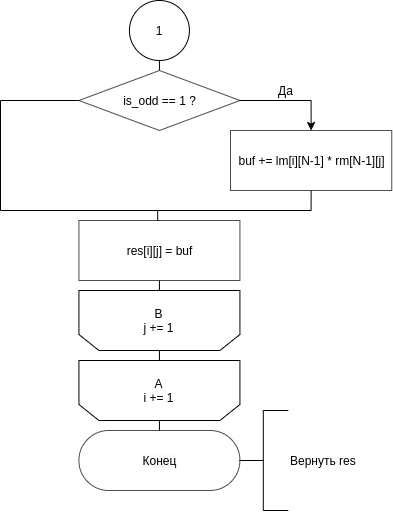
Before: lab_02/docs/schemes/win-imp-bottom.png, a diagram exported from draw.io (ivaaahn/bmstu-aa). Source tidied: cells renumbered, new cells last; positions are measured from the earlier drawing's top-left corner, leaving out a move shared by most shapes. Source of this version:
```xml
<mxGraphModel>
  <root>
    <mxCell id="0" />
    <mxCell id="1" parent="0" />
    <mxCell id="2" value="Вернуть res" style="strokeWidth=1;html=1;shape=mxgraph.flowchart.annotation_2;align=left;labelPosition=right;" parent="1" vertex="1">
      <mxGeometry x="237.8" y="410" width="50" height="100" as="geometry" />
    </mxCell>
    <mxCell id="3" style="edgeStyle=orthogonalEdgeStyle;rounded=0;jettySize=auto;html=1;exitX=0.5;exitY=0;exitDx=0;exitDy=0;entryX=0.5;entryY=0.5;entryDx=0;entryDy=-30;entryPerimeter=0;endArrow=none;endFill=0;" parent="1" edge="1" source="4" target="12">
      <mxGeometry relative="1" as="geometry" />
    </mxCell>
    <mxCell id="4" value="A&lt;br&gt;i += 1" style="shape=loopLimit;whiteSpace=wrap;html=1;direction=west;" parent="1" vertex="1">
      <mxGeometry x="78.4" y="360" width="161" height="60" as="geometry" />
    </mxCell>
    <mxCell id="5" style="edgeStyle=orthogonalEdgeStyle;rounded=0;jettySize=auto;html=1;exitX=0.5;exitY=0;exitDx=0;exitDy=0;entryX=0.5;entryY=1;entryDx=0;entryDy=0;endArrow=none;endFill=0;" parent="1" edge="1" source="6" target="4">
      <mxGeometry relative="1" as="geometry" />
    </mxCell>
    <mxCell id="6" value="B&lt;br&gt;j += 1" style="shape=loopLimit;whiteSpace=wrap;html=1;direction=west;" parent="1" vertex="1">
      <mxGeometry x="78.4" y="290" width="161" height="60" as="geometry" />
    </mxCell>
    <mxCell id="7" style="edgeStyle=orthogonalEdgeStyle;rounded=0;jettySize=auto;html=1;exitX=1;exitY=0.5;exitDx=0;exitDy=0;entryX=0.5;entryY=0;entryDx=0;entryDy=0;endArrow=classic;endFill=1;" parent="1" edge="1" source="11" target="9">
      <mxGeometry relative="1" as="geometry" />
    </mxCell>
    <mxCell id="8" style="edgeStyle=orthogonalEdgeStyle;rounded=0;jettySize=auto;html=1;exitX=0;exitY=0.5;exitDx=0;exitDy=0;endArrow=none;endFill=0;entryX=0.5;entryY=1;entryDx=0;entryDy=0;" parent="1" edge="1" source="11" target="9">
      <mxGeometry relative="1" as="geometry">
        <Array as="points">
          <mxPoint y="100" />
          <mxPoint y="210" />
          <mxPoint x="311" y="210" />
        </Array>
      </mxGeometry>
    </mxCell>
    <mxCell id="9" value="&lt;div&gt;&lt;div&gt;buf += &lt;span&gt;lm[i][N-1]&amp;nbsp;&lt;/span&gt;&lt;span&gt;* rm[N-1][j]&lt;/span&gt;&lt;/div&gt;&lt;/div&gt;" style="html=1;dashed=0;whitespace=wrap;sketch=0;strokeWidth=1;fillColor=#ffffff;gradientColor=none;opacity=70;" parent="1" vertex="1">
      <mxGeometry x="230" y="130" width="161.2" height="60" as="geometry" />
    </mxCell>
    <mxCell id="10" style="edgeStyle=orthogonalEdgeStyle;rounded=0;jettySize=auto;html=1;exitX=0.5;exitY=0;exitDx=0;exitDy=0;entryX=0.5;entryY=1;entryDx=0;entryDy=0;endArrow=none;endFill=0;" parent="1" edge="1" source="11" target="17">
      <mxGeometry relative="1" as="geometry" />
    </mxCell>
    <mxCell id="11" value="is_odd == 1 ?" style="shape=rhombus;html=1;dashed=0;whitespace=wrap;perimeter=rhombusPerimeter;sketch=0;strokeWidth=1;fillColor=#ffffff;gradientColor=none;opacity=70;" parent="1" vertex="1">
      <mxGeometry x="78.4" y="70" width="161" height="60" as="geometry" />
    </mxCell>
    <mxCell id="12" value="&lt;span style=&quot;color: rgb(0, 0, 0); font-family: helvetica; font-size: 12px; font-style: normal; font-weight: 400; letter-spacing: normal; text-align: center; text-indent: 0px; text-transform: none; word-spacing: 0px; background-color: rgb(248, 249, 250); display: inline; float: none;&quot;&gt;Конец&lt;/span&gt;" style="html=1;dashed=0;whitespace=wrap;shape=mxgraph.dfd.start;sketch=0;strokeWidth=1;fillColor=#ffffff;gradientColor=none;opacity=70;" parent="1" vertex="1">
      <mxGeometry x="78.4" y="430" width="161" height="60" as="geometry" />
    </mxCell>
    <mxCell id="13" style="edgeStyle=orthogonalEdgeStyle;rounded=0;jettySize=auto;html=1;exitX=0.5;exitY=0;exitDx=0;exitDy=0;endArrow=none;endFill=0;" parent="1" edge="1" source="15">
      <mxGeometry relative="1" as="geometry">
        <mxPoint x="157.2" y="210" as="targetPoint" />
      </mxGeometry>
    </mxCell>
    <mxCell id="14" style="edgeStyle=orthogonalEdgeStyle;rounded=0;jettySize=auto;html=1;exitX=0.5;exitY=1;exitDx=0;exitDy=0;entryX=0.5;entryY=1;entryDx=0;entryDy=0;endArrow=none;endFill=0;" parent="1" edge="1" source="15" target="6">
      <mxGeometry relative="1" as="geometry" />
    </mxCell>
    <mxCell id="15" value="&lt;div&gt;&lt;div&gt;res[i][j] = buf&lt;/div&gt;&lt;/div&gt;" style="html=1;dashed=0;whitespace=wrap;sketch=0;strokeWidth=1;fillColor=#ffffff;gradientColor=none;opacity=70;" parent="1" vertex="1">
      <mxGeometry x="78.4" y="220" width="161" height="60" as="geometry" />
    </mxCell>
    <mxCell id="16" value="Да" style="text;html=1;align=center;verticalAlign=middle;strokeColor=none;fillColor=none;" parent="1" vertex="1">
      <mxGeometry x="270" y="80" width="30" height="20" as="geometry" />
    </mxCell>
    <mxCell id="17" value="1" style="ellipse;whiteSpace=wrap;html=1;strokeWidth=1;" parent="1" vertex="1">
      <mxGeometry x="128.9" width="60" height="60" as="geometry" />
    </mxCell>
  </root>
</mxGraphModel>
```
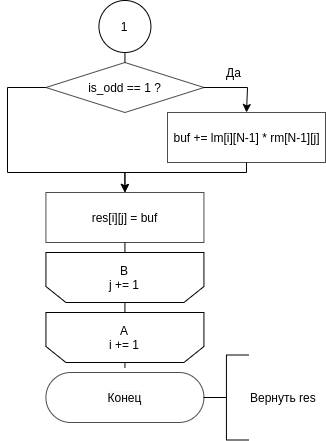
Above is the later version.

What changed in the source:
```diff
@@ -3,43 +3,55 @@
     <mxCell id="0" />
     <mxCell id="1" parent="0" />
     <mxCell id="2" value="Вернуть res" style="strokeWidth=1;html=1;shape=mxgraph.flowchart.annotation_2;align=left;labelPosition=right;" parent="1" vertex="1">
-      <mxGeometry x="237.8" y="410" width="50" height="100" as="geometry" />
+      <mxGeometry x="236.4" y="372.5" width="45" height="85" as="geometry" />
     </mxCell>
     <mxCell id="3" style="edgeStyle=orthogonalEdgeStyle;rounded=0;jettySize=auto;html=1;exitX=0.5;exitY=0;exitDx=0;exitDy=0;entryX=0.5;entryY=0.5;entryDx=0;entryDy=-30;entryPerimeter=0;endArrow=none;endFill=0;" parent="1" edge="1" source="4" target="12">
       <mxGeometry relative="1" as="geometry" />
     </mxCell>
     <mxCell id="4" value="A&lt;br&gt;i += 1" style="shape=loopLimit;whiteSpace=wrap;html=1;direction=west;" parent="1" vertex="1">
-      <mxGeometry x="78.4" y="360" width="161" height="60" as="geometry" />
+      <mxGeometry x="78.4" y="330" width="158" height="50" as="geometry" />
     </mxCell>
     <mxCell id="5" style="edgeStyle=orthogonalEdgeStyle;rounded=0;jettySize=auto;html=1;exitX=0.5;exitY=0;exitDx=0;exitDy=0;entryX=0.5;entryY=1;entryDx=0;entryDy=0;endArrow=none;endFill=0;" parent="1" edge="1" source="6" target="4">
       <mxGeometry relative="1" as="geometry" />
     </mxCell>
     <mxCell id="6" value="B&lt;br&gt;j += 1" style="shape=loopLimit;whiteSpace=wrap;html=1;direction=west;" parent="1" vertex="1">
-      <mxGeometry x="78.4" y="290" width="161" height="60" as="geometry" />
+      <mxGeometry x="78.4" y="270" width="158" height="50" as="geometry" />
     </mxCell>
     <mxCell id="7" style="edgeStyle=orthogonalEdgeStyle;rounded=0;jettySize=auto;html=1;exitX=1;exitY=0.5;exitDx=0;exitDy=0;entryX=0.5;entryY=0;entryDx=0;entryDy=0;endArrow=classic;endFill=1;" parent="1" edge="1" source="11" target="9">
-      <mxGeometry relative="1" as="geometry" />
+      <mxGeometry relative="1" as="geometry">
+        <Array as="points">
+          <mxPoint x="280" y="105" />
+        </Array>
+      </mxGeometry>
     </mxCell>
-    <mxCell id="8" style="edgeStyle=orthogonalEdgeStyle;rounded=0;jettySize=auto;html=1;exitX=0;exitY=0.5;exitDx=0;exitDy=0;endArrow=none;endFill=0;entryX=0.5;entryY=1;entryDx=0;entryDy=0;" parent="1" edge="1" source="11" target="9">
-      <mxGeometry relative="1" as="geometry">
-        <Array as="points">
-          <mxPoint y="100" />
-          <mxPoint y="210" />
-          <mxPoint x="311" y="210" />
-        </Array>
-      </mxGeometry>
-    </mxCell>
+    <mxCell id="18" style="edgeStyle=orthogonalEdgeStyle;rounded=0;jettySize=auto;html=1;exitX=0.5;exitY=1;exitDx=0;exitDy=0;entryX=0.5;entryY=0;entryDx=0;entryDy=0;" parent="1" edge="1" source="9" target="15">
+      <mxGeometry relative="1" as="geometry">
+        <Array as="points">
+          <mxPoint x="279" y="190" />
+          <mxPoint x="157" y="190" />
+        </Array>
+      </mxGeometry>
+    </mxCell>
     <mxCell id="9" value="&lt;div&gt;&lt;div&gt;buf += &lt;span&gt;lm[i][N-1]&amp;nbsp;&lt;/span&gt;&lt;span&gt;* rm[N-1][j]&lt;/span&gt;&lt;/div&gt;&lt;/div&gt;" style="html=1;dashed=0;whitespace=wrap;sketch=0;strokeWidth=1;fillColor=#ffffff;gradientColor=none;opacity=70;" parent="1" vertex="1">
-      <mxGeometry x="230" y="130" width="161.2" height="60" as="geometry" />
+      <mxGeometry x="200" y="130" width="158" height="50" as="geometry" />
     </mxCell>
     <mxCell id="10" style="edgeStyle=orthogonalEdgeStyle;rounded=0;jettySize=auto;html=1;exitX=0.5;exitY=0;exitDx=0;exitDy=0;entryX=0.5;entryY=1;entryDx=0;entryDy=0;endArrow=none;endFill=0;" parent="1" edge="1" source="11" target="17">
       <mxGeometry relative="1" as="geometry" />
     </mxCell>
+    <mxCell id="19" style="edgeStyle=orthogonalEdgeStyle;rounded=0;jettySize=auto;html=1;exitX=0;exitY=0.5;exitDx=0;exitDy=0;entryX=0.5;entryY=0;entryDx=0;entryDy=0;" parent="1" edge="1" source="11" target="15">
+      <mxGeometry relative="1" as="geometry">
+        <Array as="points">
+          <mxPoint x="40" y="105" />
+          <mxPoint x="40" y="190" />
+          <mxPoint x="157" y="190" />
+        </Array>
+      </mxGeometry>
+    </mxCell>
     <mxCell id="11" value="is_odd == 1 ?" style="shape=rhombus;html=1;dashed=0;whitespace=wrap;perimeter=rhombusPerimeter;sketch=0;strokeWidth=1;fillColor=#ffffff;gradientColor=none;opacity=70;" parent="1" vertex="1">
-      <mxGeometry x="78.4" y="70" width="161" height="60" as="geometry" />
+      <mxGeometry x="78.4" y="80" width="158" height="50" as="geometry" />
     </mxCell>
     <mxCell id="12" value="&lt;span style=&quot;color: rgb(0, 0, 0); font-family: helvetica; font-size: 12px; font-style: normal; font-weight: 400; letter-spacing: normal; text-align: center; text-indent: 0px; text-transform: none; word-spacing: 0px; background-color: rgb(248, 249, 250); display: inline; float: none;&quot;&gt;Конец&lt;/span&gt;" style="html=1;dashed=0;whitespace=wrap;shape=mxgraph.dfd.start;sketch=0;strokeWidth=1;fillColor=#ffffff;gradientColor=none;opacity=70;" parent="1" vertex="1">
-      <mxGeometry x="78.4" y="430" width="161" height="60" as="geometry" />
+      <mxGeometry x="78.4" y="390" width="158" height="50" as="geometry" />
     </mxCell>
     <mxCell id="13" style="edgeStyle=orthogonalEdgeStyle;rounded=0;jettySize=auto;html=1;exitX=0.5;exitY=0;exitDx=0;exitDy=0;endArrow=none;endFill=0;" parent="1" edge="1" source="15">
       <mxGeometry relative="1" as="geometry">
@@ -50,13 +62,13 @@
       <mxGeometry relative="1" as="geometry" />
     </mxCell>
     <mxCell id="15" value="&lt;div&gt;&lt;div&gt;res[i][j] = buf&lt;/div&gt;&lt;/div&gt;" style="html=1;dashed=0;whitespace=wrap;sketch=0;strokeWidth=1;fillColor=#ffffff;gradientColor=none;opacity=70;" parent="1" vertex="1">
-      <mxGeometry x="78.4" y="220" width="161" height="60" as="geometry" />
+      <mxGeometry x="78.4" y="210" width="158" height="50" as="geometry" />
     </mxCell>
     <mxCell id="16" value="Да" style="text;html=1;align=center;verticalAlign=middle;strokeColor=none;fillColor=none;" parent="1" vertex="1">
-      <mxGeometry x="270" y="80" width="30" height="20" as="geometry" />
+      <mxGeometry x="251.4" y="80" width="30" height="20" as="geometry" />
     </mxCell>
     <mxCell id="17" value="1" style="ellipse;whiteSpace=wrap;html=1;strokeWidth=1;" parent="1" vertex="1">
-      <mxGeometry x="128.9" width="60" height="60" as="geometry" />
+      <mxGeometry x="131.4" y="18" width="52" height="52" as="geometry" />
     </mxCell>
   </root>
 </mxGraphModel>
```
